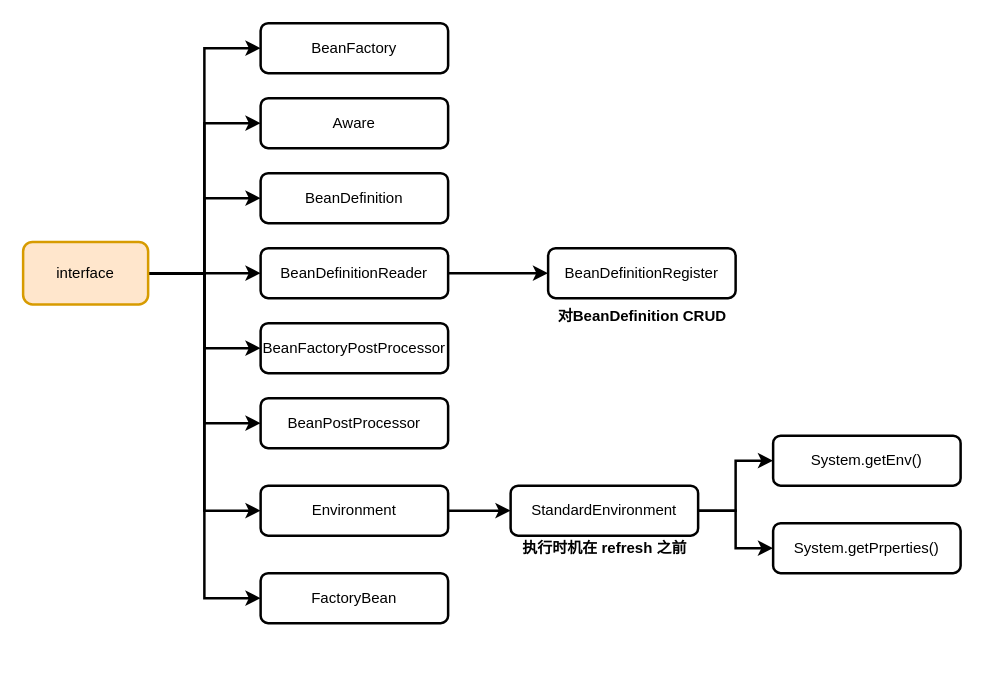
Alice52/spring-5.2.x keeps this draw.io diagram as diagram/00.spring-interface.drawio. Above is the earlier version. Source tidied: cells renumbered, new cells numbered last; positions are measured from the earlier drawing's top-left corner, leaving out a move shared by most shapes. Both pictures are drawn from the tidied source at 125%, with x=0, y=0 at pixel (22, 22).
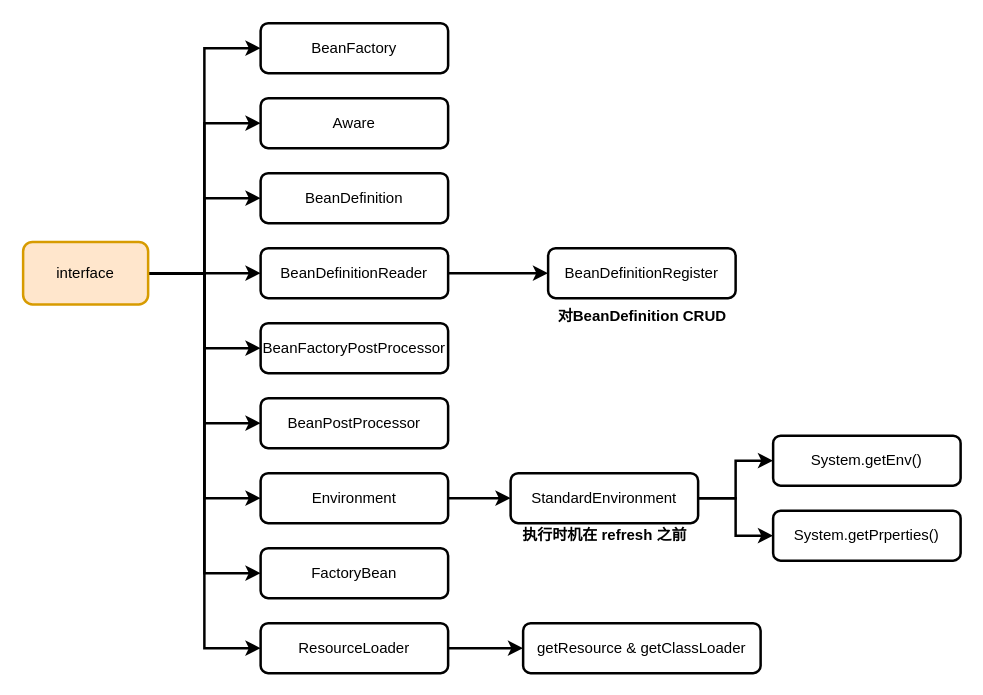
Above is the later version.

The change refers to these unchanged cells:
```xml
<mxCell id="10" value="interface" style="rounded=1;whiteSpace=wrap;html=1;strokeWidth=2;fontStyle=0;fillColor=#ffe6cc;strokeColor=#d79b00;" parent="1" vertex="1">
  <mxGeometry y="175" width="100" height="50" as="geometry" />
</mxCell>
```

The edit, as a diff of the source:
```diff
@@
+    <mxCell id="29" style="edgeStyle=orthogonalEdgeStyle;rounded=0;jettySize=auto;html=1;entryX=0;entryY=0.5;entryDx=0;entryDy=0;strokeWidth=2;" parent="1" edge="1" source="10" target="31">
+      <mxGeometry relative="1" as="geometry" />
+    </mxCell>
@@
     <mxCell id="19" value="Environment" style="rounded=1;whiteSpace=wrap;html=1;strokeWidth=2;fontStyle=0;" parent="1" vertex="1">
-      <mxGeometry x="190" y="370" width="150" height="40" as="geometry" />
+      <mxGeometry x="190" y="360" width="150" height="40" as="geometry" />
     </mxCell>
@@
-    <mxCell id="21" style="edgeStyle=orthogonalEdgeStyle;rounded=0;jettySize=auto;html=1;fontSize=12;strokeWidth=2;" parent="1" edge="1" source="22" target="24">
+    <mxCell id="21" style="edgeStyle=orthogonalEdgeStyle;rounded=0;jettySize=auto;html=1;fontSize=12;strokeWidth=2;entryX=0;entryY=0.5;entryDx=0;entryDy=0;" parent="1" edge="1" source="22" target="24">
       <mxGeometry relative="1" as="geometry" />
     </mxCell>
     <mxCell id="22" value="StandardEnvironment" style="rounded=1;whiteSpace=wrap;html=1;strokeWidth=2;fontStyle=0;" parent="1" vertex="1">
-      <mxGeometry x="390" y="370" width="150" height="40" as="geometry" />
+      <mxGeometry x="390" y="360" width="150" height="40" as="geometry" />
     </mxCell>
@@
     <mxCell id="24" value="System.getPrperties()" style="rounded=1;whiteSpace=wrap;html=1;strokeWidth=2;fontStyle=0;" parent="1" vertex="1">
-      <mxGeometry x="600" y="400" width="150" height="40" as="geometry" />
+      <mxGeometry x="600" y="390" width="150" height="40" as="geometry" />
     </mxCell>
     <mxCell id="25" value="&lt;b&gt;执行时机在 refresh 之前&lt;/b&gt;" style="text;html=1;align=center;verticalAlign=middle;strokeColor=none;fontSize=12;" parent="1" vertex="1">
-      <mxGeometry x="390" y="410" width="150" height="20" as="geometry" />
+      <mxGeometry x="390" y="400" width="150" height="20" as="geometry" />
     </mxCell>
     <mxCell id="26" value="FactoryBean" style="rounded=1;whiteSpace=wrap;html=1;strokeWidth=2;fontStyle=0;" parent="1" vertex="1">
-      <mxGeometry x="190" y="440" width="150" height="40" as="geometry" />
+      <mxGeometry x="190" y="420" width="150" height="40" as="geometry" />
     </mxCell>
@@
+    <mxCell id="30" style="edgeStyle=orthogonalEdgeStyle;rounded=0;jettySize=auto;html=1;strokeWidth=2;" parent="1" edge="1" source="31" target="32">
+      <mxGeometry relative="1" as="geometry" />
+    </mxCell>
+    <mxCell id="31" value="ResourceLoader" style="rounded=1;whiteSpace=wrap;html=1;strokeWidth=2;fontStyle=0;" parent="1" vertex="1">
+      <mxGeometry x="190" y="480" width="150" height="40" as="geometry" />
+    </mxCell>
+    <mxCell id="32" value="getResource &amp;amp; getClassLoader" style="rounded=1;whiteSpace=wrap;html=1;strokeWidth=2;fontStyle=0;" parent="1" vertex="1">
+      <mxGeometry x="400" y="480" width="190" height="40" as="geometry" />
+    </mxCell>
```
